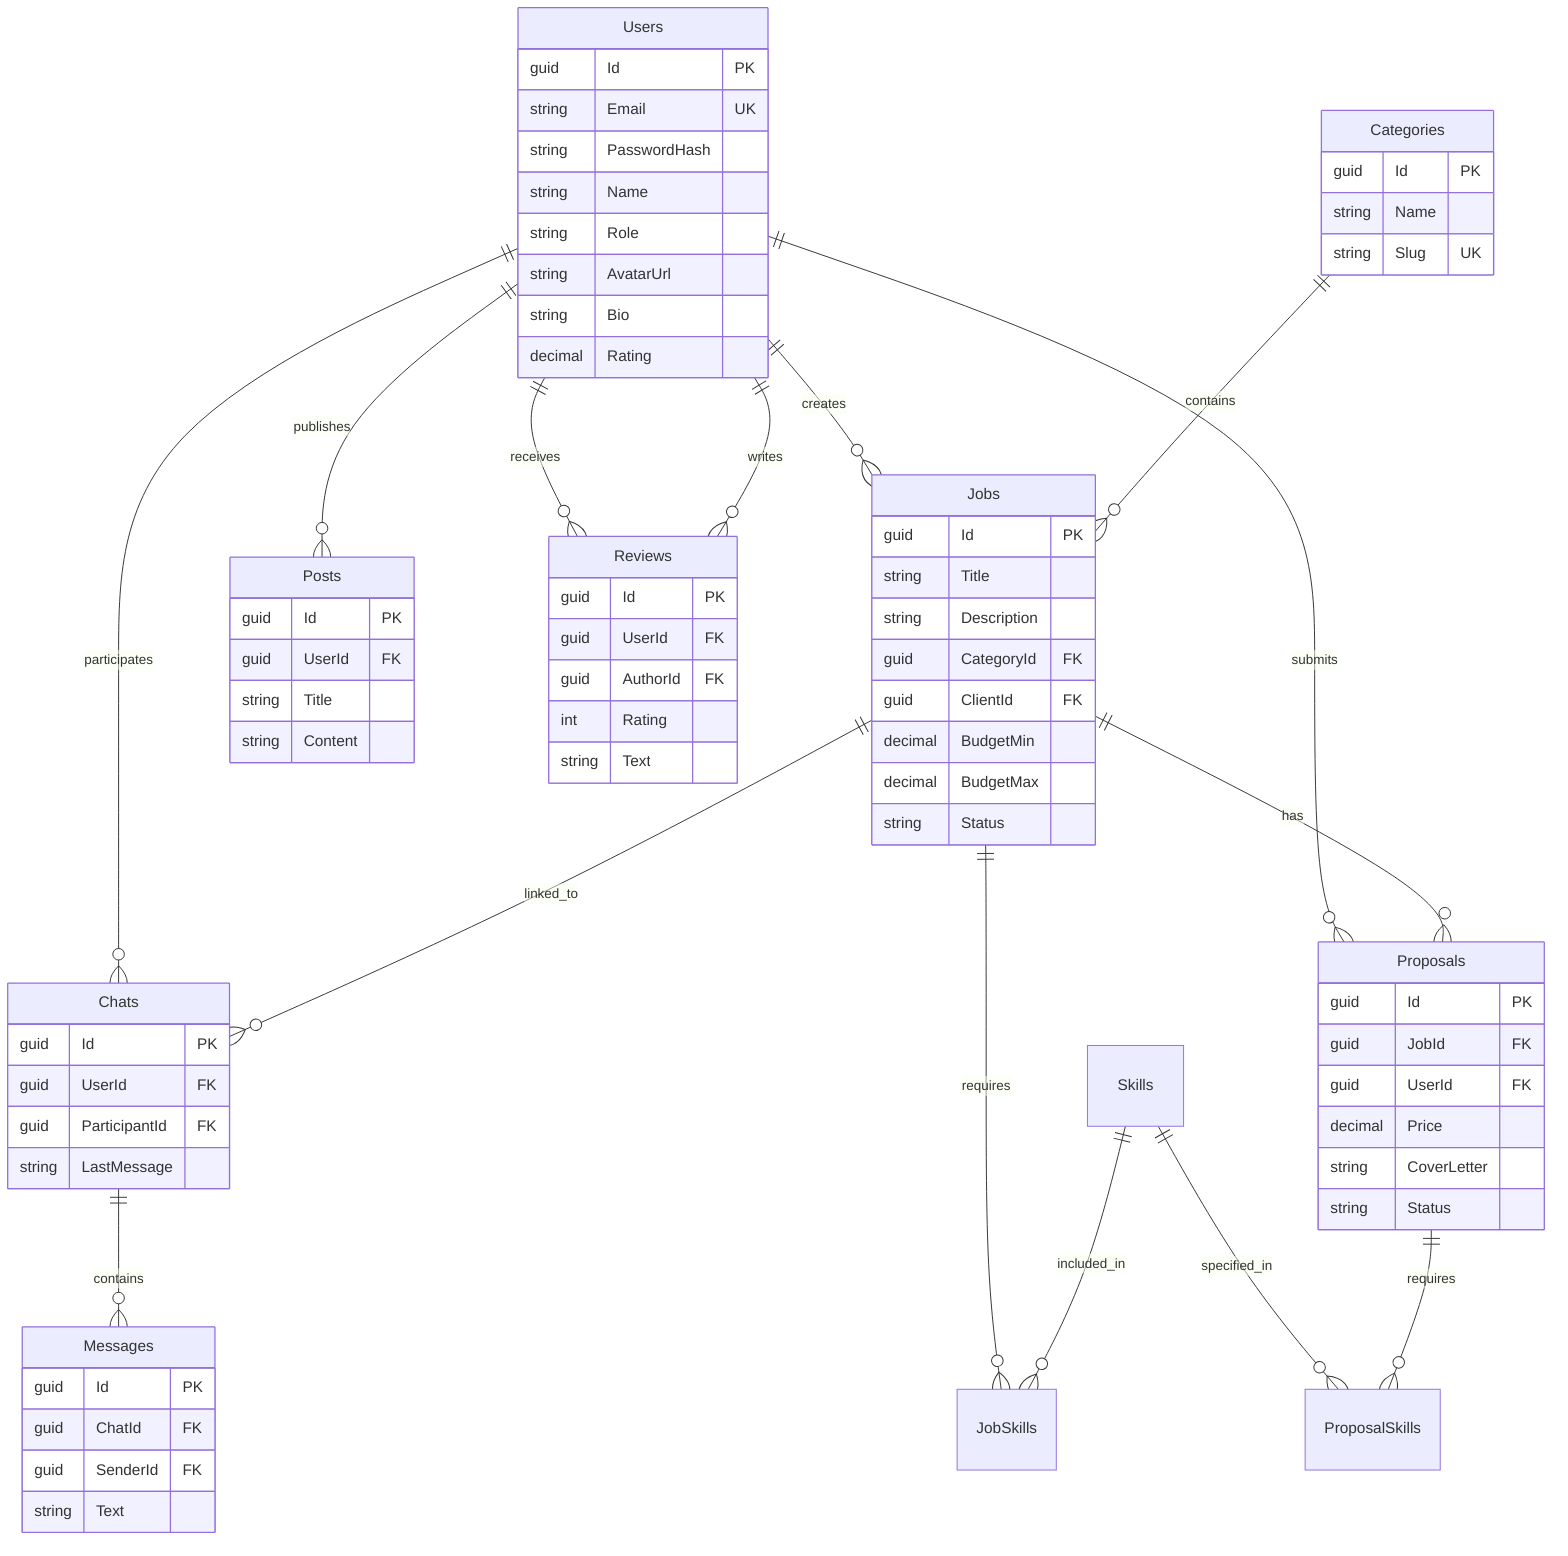
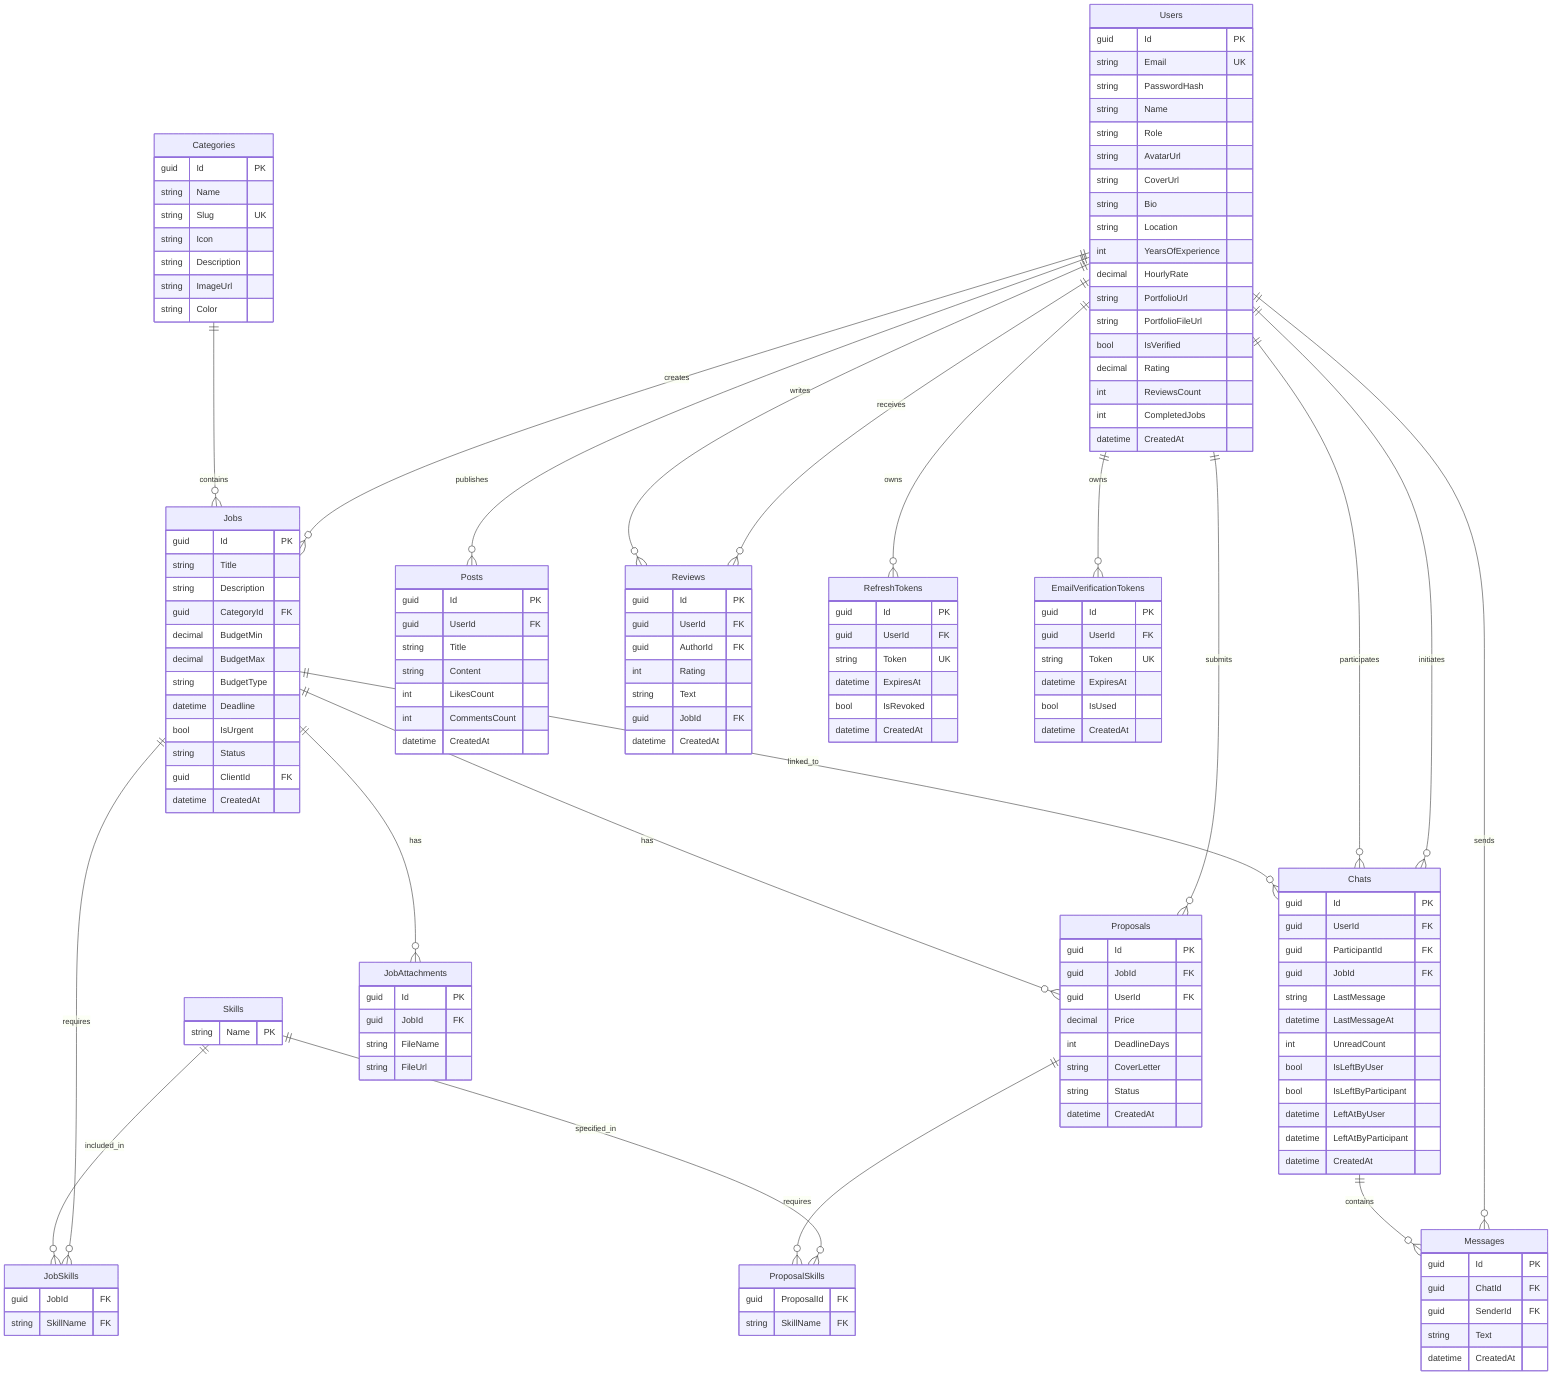
erDiagram
    Users ||--o{ Jobs : creates
    Users ||--o{ Proposals : submits
    Users ||--o{ Posts : publishes
    Users ||--o{ Reviews : receives
    Users ||--o{ Reviews : writes
+     Users ||--o{ Chats : initiates
    Users ||--o{ Chats : participates
+     Users ||--o{ Messages : sends
+     Users ||--o{ RefreshTokens : owns
+     Users ||--o{ EmailVerificationTokens : owns
    Categories ||--o{ Jobs : contains
    Jobs ||--o{ Proposals : has
    Jobs ||--o{ JobSkills : requires
+     Jobs ||--o{ JobAttachments : has
    Jobs ||--o{ Chats : linked_to
    Skills ||--o{ JobSkills : included_in
    Skills ||--o{ ProposalSkills : specified_in
    Proposals ||--o{ ProposalSkills : requires
    Chats ||--o{ Messages : contains
    Users {
        guid Id PK
        string Email UK
        string PasswordHash
        string Name
        string Role
        string AvatarUrl
+         string CoverUrl
        string Bio
+         string Location
+         int YearsOfExperience
+         decimal HourlyRate
+         string PortfolioUrl
+         string PortfolioFileUrl
+         bool IsVerified
        decimal Rating
+         int ReviewsCount
+         int CompletedJobs
+         datetime CreatedAt
+     }
+     Categories {
+         guid Id PK
+         string Name
+         string Slug UK
+         string Icon
+         string Description
+         string ImageUrl
+         string Color
    }
    Jobs {
        guid Id PK
        string Title
        string Description
        guid CategoryId FK
-         guid ClientId FK
        decimal BudgetMin
        decimal BudgetMax
+         string BudgetType
+         datetime Deadline
+         bool IsUrgent
        string Status
+         guid ClientId FK
+         datetime CreatedAt
+     }
+     Skills {
+         string Name PK
+     }
+     JobSkills {
+         guid JobId FK
+         string SkillName FK
+     }
+     JobAttachments {
+         guid Id PK
+         guid JobId FK
+         string FileName
+         string FileUrl
    }
    Proposals {
        guid Id PK
        guid JobId FK
        guid UserId FK
        decimal Price
+         int DeadlineDays
        string CoverLetter
        string Status
+         datetime CreatedAt
    }
-     Categories {
-         guid Id PK
-         string Name
-         string Slug UK
+     ProposalSkills {
+         guid ProposalId FK
+         string SkillName FK
    }
    Chats {
        guid Id PK
        guid UserId FK
        guid ParticipantId FK
+         guid JobId FK
        string LastMessage
+         datetime LastMessageAt
+         int UnreadCount
+         bool IsLeftByUser
+         bool IsLeftByParticipant
+         datetime LeftAtByUser
+         datetime LeftAtByParticipant
+         datetime CreatedAt
    }
    Messages {
        guid Id PK
        guid ChatId FK
        guid SenderId FK
        string Text
+         datetime CreatedAt
    }
    Posts {
        guid Id PK
        guid UserId FK
        string Title
        string Content
+         int LikesCount
+         int CommentsCount
+         datetime CreatedAt
    }
    Reviews {
        guid Id PK
        guid UserId FK
        guid AuthorId FK
        int Rating
        string Text
+         guid JobId FK
+         datetime CreatedAt
+     }
+     RefreshTokens {
+         guid Id PK
+         guid UserId FK
+         string Token UK
+         datetime ExpiresAt
+         bool IsRevoked
+         datetime CreatedAt
+     }
+     EmailVerificationTokens {
+         guid Id PK
+         guid UserId FK
+         string Token UK
+         datetime ExpiresAt
+         bool IsUsed
+         datetime CreatedAt
    }